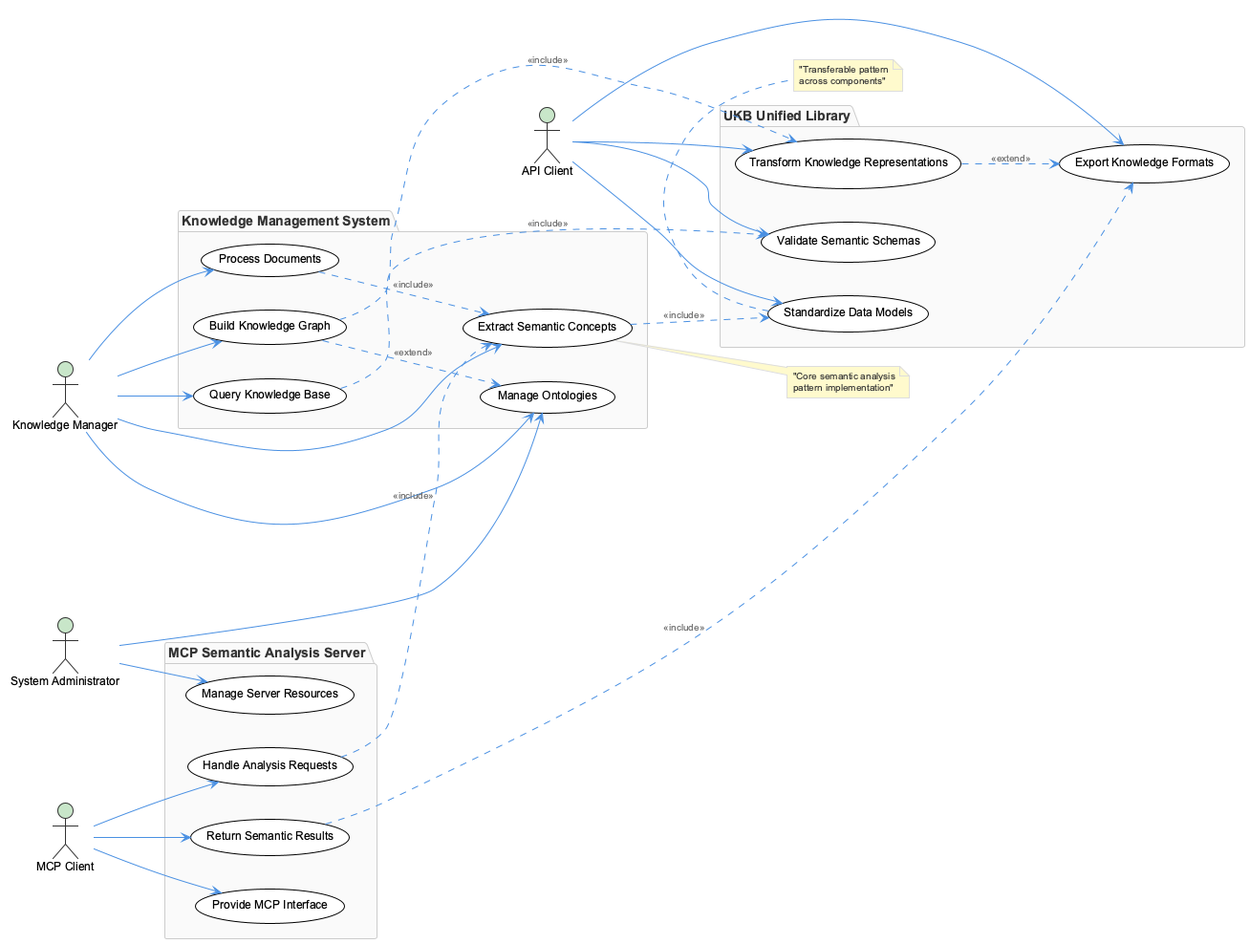
This is knowledge-management/insights/images/comprehensive-semantic-analysis-use-cases.png from fwornle/coding, a PlantUML export, as it was before one commit.
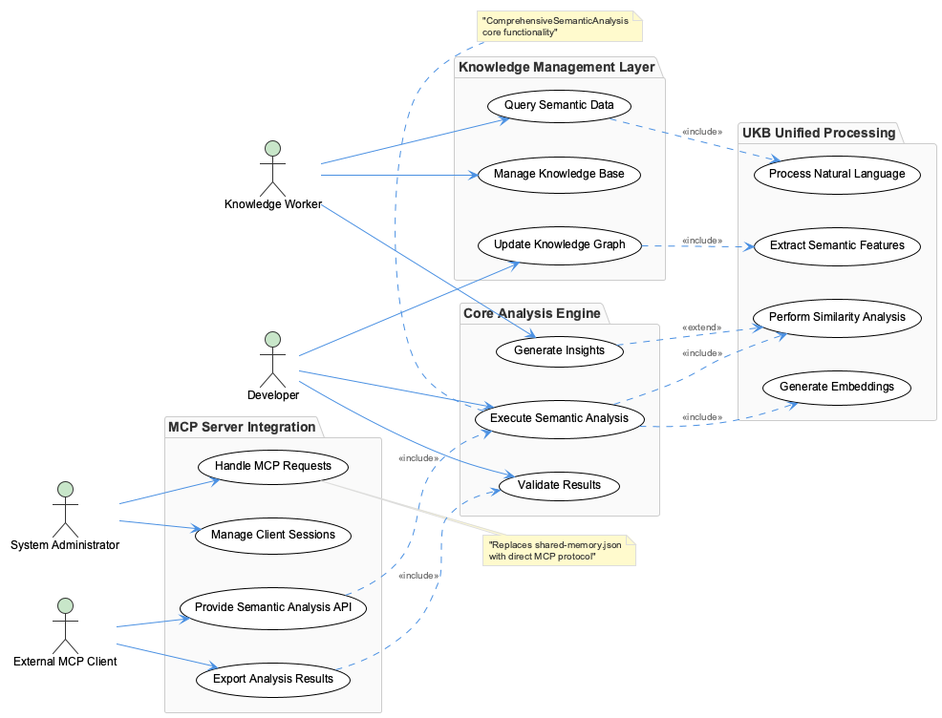
After the commit.

The edit, as a diff of the source:
```diff
@@ -3,62 +3,61 @@
 
 left to right direction
 
-actor "Knowledge Manager" as KM
-actor "API Client" as API
-actor "MCP Client" as MCP
-actor "System Administrator" as Admin
+actor "Developer" as dev
+actor "Knowledge Worker" as kw
+actor "System Administrator" as admin
+actor "External MCP Client" as client
 
-package "Knowledge Management System" {
-  usecase "Process Documents" as UC1
-  usecase "Extract Semantic Concepts" as UC2
-  usecase "Build Knowledge Graph" as UC3
-  usecase "Query Knowledge Base" as UC4
-  usecase "Manage Ontologies" as UC5
+package "Knowledge Management Layer" {
+  usecase "Manage Knowledge Base" as UC1
+  usecase "Query Semantic Data" as UC2
+  usecase "Update Knowledge Graph" as UC3
 }
 
-package "UKB Unified Library" {
-  usecase "Standardize Data Models" as UC6
-  usecase "Validate Semantic Schemas" as UC7
-  usecase "Transform Knowledge Representations" as UC8
-  usecase "Export Knowledge Formats" as UC9
+package "UKB Unified Processing" {
+  usecase "Process Natural Language" as UC4
+  usecase "Extract Semantic Features" as UC5
+  usecase "Generate Embeddings" as UC6
+  usecase "Perform Similarity Analysis" as UC7
 }
 
-package "MCP Semantic Analysis Server" {
-  usecase "Provide MCP Interface" as UC10
-  usecase "Handle Analysis Requests" as UC11
-  usecase "Return Semantic Results" as UC12
-  usecase "Manage Server Resources" as UC13
+package "MCP Server Integration" {
+  usecase "Handle MCP Requests" as UC8
+  usecase "Provide Semantic Analysis API" as UC9
+  usecase "Manage Client Sessions" as UC10
+  usecase "Export Analysis Results" as UC11
 }
 
-KM --> UC1
-KM --> UC2
-KM --> UC3
-KM --> UC4
-KM --> UC5
+package "Core Analysis Engine" {
+  usecase "Execute Semantic Analysis" as UC12
+  usecase "Generate Insights" as UC13
+  usecase "Validate Results" as UC14
+}
 
-API --> UC6
-API --> UC7
-API --> UC8
-API --> UC9
+kw --> UC1
+kw --> UC2
+kw --> UC13
 
-MCP --> UC10
-MCP --> UC11
-MCP --> UC12
+dev --> UC3
+dev --> UC12
+dev --> UC14
 
-Admin --> UC13
-Admin --> UC5
+admin --> UC10
+admin --> UC8
 
-UC1 ..> UC2 : <<include>>
-UC2 ..> UC6 : <<include>>
-UC3 ..> UC8 : <<include>>
-UC4 ..> UC7 : <<include>>
-UC11 ..> UC2 : <<include>>
-UC12 ..> UC9 : <<include>>
+client --> UC9
+client --> UC11
 
-UC3 ..> UC5 : <<extend>>
-UC8 ..> UC9 : <<extend>>
+UC2 ..> UC4 : <<include>>
+UC3 ..> UC5 : <<include>>
+UC12 ..> UC6 : <<include>>
+UC12 ..> UC7 : <<include>>
+UC9 ..> UC12 : <<include>>
+UC13 ..> UC7 : <<extend>>
+UC11 ..> UC14 : <<include>>
 
-note right of UC2 : "Core semantic analysis\npattern implementation"
-note bottom of UC6 : "Transferable pattern\nacross components"
+note right of UC8 : "Replaces shared-memory.json\nwith direct MCP protocol"
+
+note bottom of UC12 : "ComprehensiveSemanticAnalysis\ncore functionality"
 
 @enduml
```
